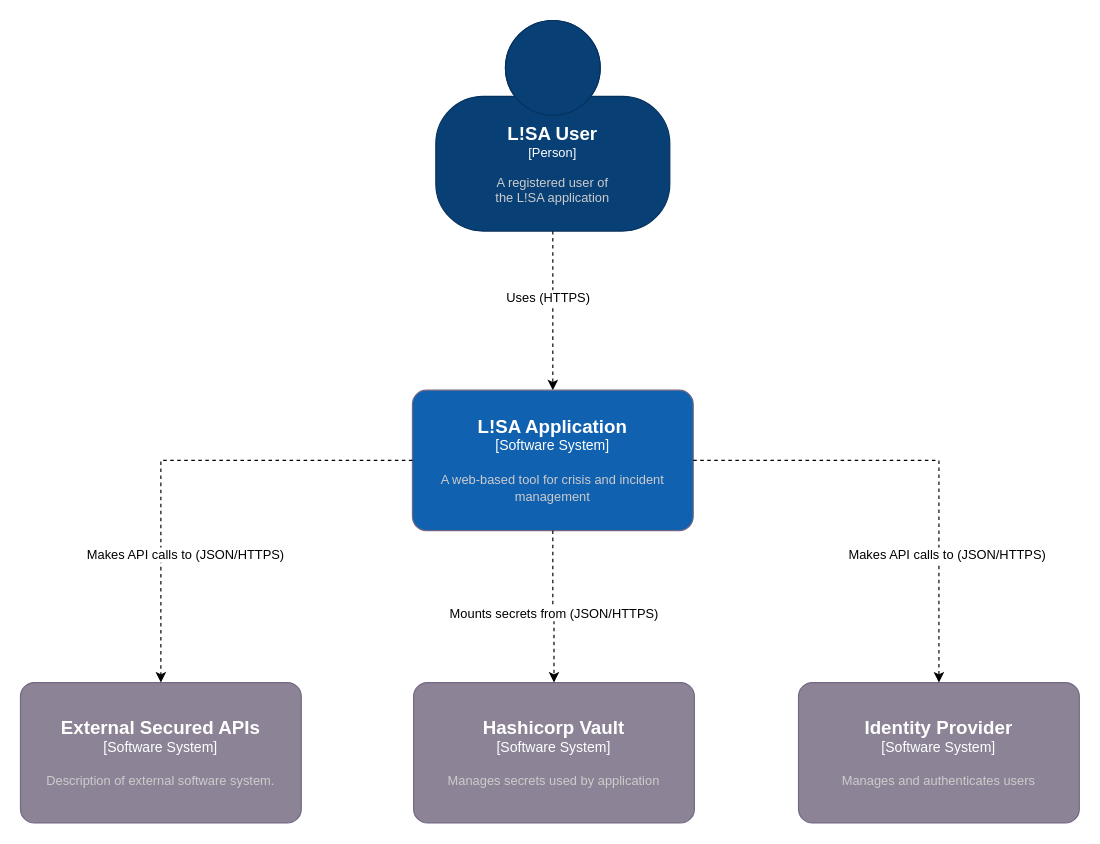
Before: page "Level 1" (1 of 2) of diagrams/c4/LISA C4.drawio in National-Digital-Twin/LISA, a draw.io diagram. Source tidied: cells renumbered, new cells numbered last; positions are measured from the earlier drawing's top-left corner, leaving out a move shared by most shapes. Both pictures are drawn from the tidied source at 117%, with x=0, y=0 at pixel (20, 20).
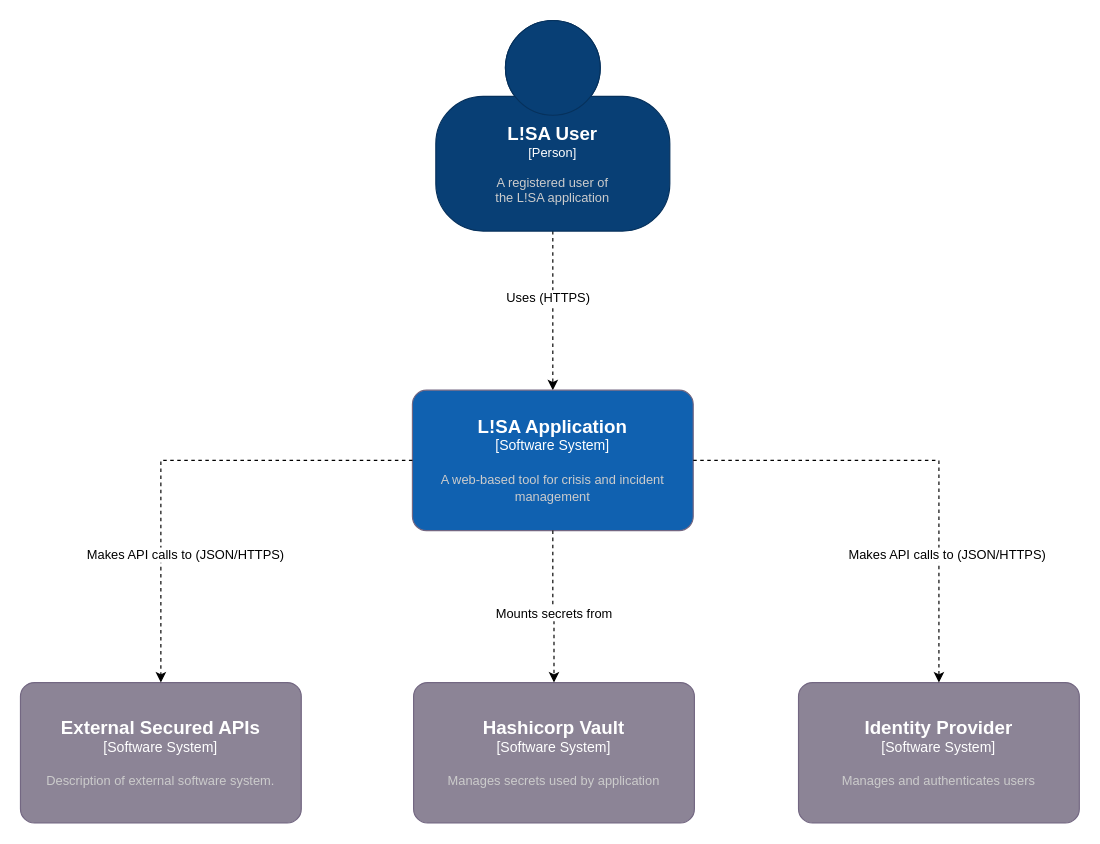
Above is the later version.

Commit message (it also covers changes not shown here):
feature(DPAV-1055): minor correction to secrets protocol in C4 model

Unchanged cells that the change refers to:
```xml
<mxCell id="11" style="edgeStyle=orthogonalEdgeStyle;rounded=0;jettySize=auto;html=1;dashed=1;exitX=0.5;exitY=1;exitDx=0;exitDy=0;exitPerimeter=0;entryX=0.5;entryY=0;entryDx=0;entryDy=0;entryPerimeter=0;" parent="1" edge="1" source="7" target="5">
  <mxGeometry relative="1" as="geometry" />
</mxCell>
```

Change to the diagram source:
```diff
@@
-    <mxCell id="12" value="Mounts secrets from (JSON/HTTPS)" style="edgeLabel;html=1;align=center;verticalAlign=middle;" parent="11" vertex="1">
+    <mxCell id="12" value="Mounts secrets from" style="edgeLabel;html=1;align=center;verticalAlign=middle;" parent="11" vertex="1">
       <mxGeometry x="-0.28" y="-4" relative="1" as="geometry">
         <mxPoint x="4" y="23" as="offset" />
       </mxGeometry>
     </mxCell>
```
